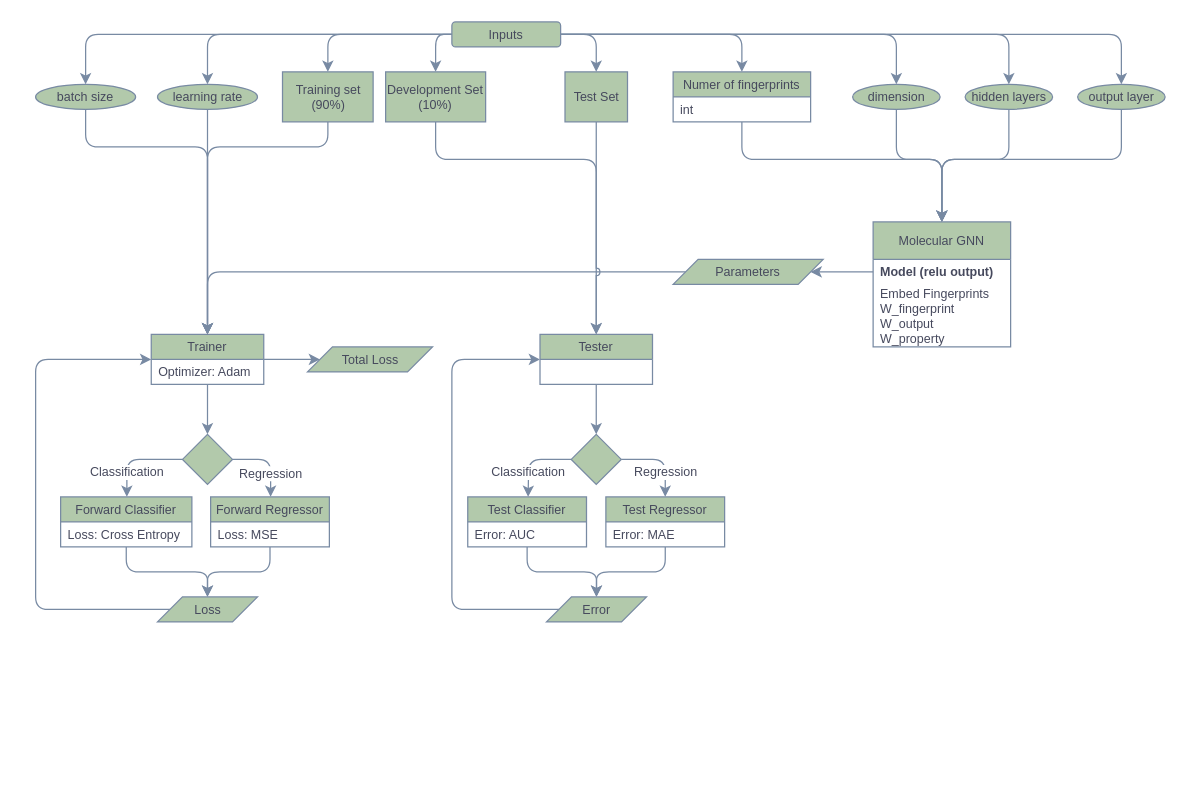
Earlier version of the draw.io diagram page "Molecular GNN" (2 of 2) of Preprocessing.drawio (olivierdeen/molecularGNN_smiles). Source tidied: cells renumbered, new cells numbered last; positions are measured from the earlier drawing's top-left corner, leaving out a move shared by most shapes. Both pictures are drawn from the tidied source at 125%, with x=0, y=0 at pixel (35, 21).
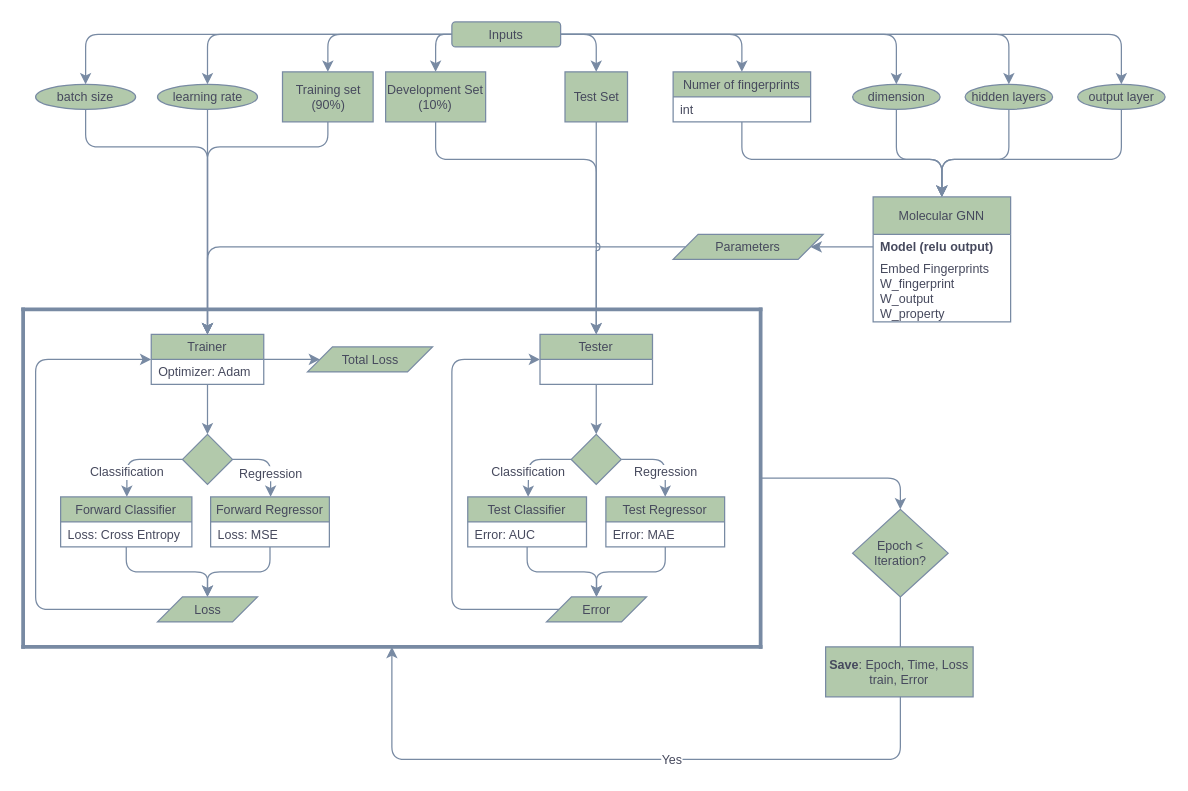
After the change.

The change refers to these unchanged cells:
```xml
<mxCell id="22" value="Trainer" style="swimlane;fontStyle=0;horizontal=1;startSize=20;rounded=0;sketch=0;fontSize=10;fontColor=#46495D;strokeColor=#788AA3;fillColor=#B2C9AB;" parent="1" vertex="1">
  <mxGeometry x="92.5" y="250" width="90" height="40" as="geometry" />
</mxCell>
<mxCell id="51" value="Test Set" style="whiteSpace=wrap;html=1;align=center;verticalAlign=middle;newEdgeStyle={&quot;edgeStyle&quot;:&quot;elbowEdgeStyle&quot;,&quot;startArrow&quot;:&quot;none&quot;,&quot;endArrow&quot;:&quot;none&quot;};rounded=0;sketch=0;fontSize=10;fontColor=#46495D;strokeColor=#788AA3;fillColor=#B2C9AB;" parent="1" vertex="1">
  <mxGeometry x="423.5" y="40" width="50" height="40" as="geometry" />
</mxCell>
<mxCell id="59" value="Tester" style="swimlane;fontStyle=0;horizontal=1;startSize=20;rounded=0;sketch=0;fontSize=10;fontColor=#46495D;strokeColor=#788AA3;fillColor=#B2C9AB;" parent="1" vertex="1">
  <mxGeometry x="403.5" y="250" width="90" height="40" as="geometry" />
</mxCell>
```

Change to the diagram source:
```diff
@@
     <mxCell id="30" style="edgeStyle=orthogonalEdgeStyle;curved=0;rounded=1;sketch=0;jettySize=auto;html=1;fontSize=10;fontColor=#46495D;strokeColor=#788AA3;fillColor=#B2C9AB;entryX=0.5;entryY=0;entryDx=0;entryDy=0;jumpStyle=arc;" parent="1" edge="1" source="31" target="22">
       <mxGeometry relative="1" as="geometry">
         <Array as="points">
-          <mxPoint x="138" y="200" />
+          <mxPoint x="138" y="180" />
         </Array>
       </mxGeometry>
     </mxCell>
     <mxCell id="31" value="Parameters" style="shape=parallelogram;perimeter=parallelogramPerimeter;whiteSpace=wrap;html=1;fixedSize=1;rounded=0;sketch=0;fontSize=10;fontColor=#46495D;strokeColor=#788AA3;fillColor=#B2C9AB;" parent="1" vertex="1">
-      <mxGeometry x="510" y="190" width="120" height="20" as="geometry" />
+      <mxGeometry x="510" y="170" width="120" height="20" as="geometry" />
     </mxCell>
@@
     <mxCell id="50" style="edgeStyle=orthogonalEdgeStyle;curved=0;rounded=1;sketch=0;jettySize=auto;html=1;entryX=0.5;entryY=0;entryDx=0;entryDy=0;fontSize=10;fontColor=#46495D;strokeColor=#788AA3;fillColor=#B2C9AB;jumpStyle=arc;" parent="1" edge="1" source="51" target="59">
-      <mxGeometry relative="1" as="geometry" />
+      <mxGeometry relative="1" as="geometry">
+        <Array as="points">
+          <mxPoint x="449" y="130" />
+          <mxPoint x="449" y="130" />
+        </Array>
+      </mxGeometry>
     </mxCell>
@@
     <mxCell id="62" value="Molecular GNN" style="swimlane;fontStyle=0;horizontal=1;startSize=30;rounded=0;sketch=0;fontSize=10;fontColor=#46495D;strokeColor=#788AA3;fillColor=#B2C9AB;" parent="1" vertex="1">
-      <mxGeometry x="670" y="160" width="110" height="100" as="geometry" />
+      <mxGeometry x="670" y="140" width="110" height="100" as="geometry" />
     </mxCell>
@@
+    <mxCell id="66" style="shape=partialRectangle;whiteSpace=wrap;html=1;bottom=0;top=0;fillColor=none;rounded=0;sketch=0;fontSize=10;fontColor=#46495D;strokeColor=#788AA3;strokeWidth=3;" parent="1" vertex="1">
+      <mxGeometry x="-10" y="230" width="590" height="270" as="geometry" />
+    </mxCell>
+    <mxCell id="67" style="edgeStyle=orthogonalEdgeStyle;curved=0;rounded=1;sketch=0;jumpStyle=arc;jettySize=auto;html=1;entryX=0.5;entryY=0;entryDx=0;entryDy=0;fontSize=10;fontColor=#46495D;strokeColor=#788AA3;fillColor=#B2C9AB;" parent="1" edge="1" source="68" target="70">
+      <mxGeometry relative="1" as="geometry" />
+    </mxCell>
+    <mxCell id="68" style="shape=partialRectangle;whiteSpace=wrap;html=1;left=0;right=0;fillColor=none;rounded=0;sketch=0;fontSize=10;fontColor=#46495D;strokeColor=#788AA3;strokeWidth=3;" parent="1" vertex="1">
+      <mxGeometry x="-10" y="230" width="590" height="270" as="geometry" />
+    </mxCell>
+    <mxCell id="69" value="Yes" style="edgeStyle=orthogonalEdgeStyle;curved=0;rounded=1;sketch=0;jumpStyle=arc;jettySize=auto;html=1;entryX=0.5;entryY=1;entryDx=0;entryDy=0;fontSize=10;fontColor=#46495D;strokeColor=#788AA3;fillColor=#B2C9AB;" parent="1" edge="1" source="70" target="68">
+      <mxGeometry relative="1" as="geometry">
+        <Array as="points">
+          <mxPoint x="692" y="590" />
+          <mxPoint x="285" y="590" />
+        </Array>
+      </mxGeometry>
+    </mxCell>
+    <mxCell id="70" value="Epoch &amp;lt; Iteration?" style="rhombus;whiteSpace=wrap;html=1;rounded=0;sketch=0;fontSize=10;fontColor=#46495D;strokeColor=#788AA3;strokeWidth=1;fillColor=#B2C9AB;" parent="1" vertex="1">
+      <mxGeometry x="653.6" y="390" width="76.4" height="70" as="geometry" />
+    </mxCell>
+    <mxCell id="71" value="&lt;b&gt;Save&lt;/b&gt;: Epoch, Time, Loss train, Error" style="rounded=0;whiteSpace=wrap;html=1;sketch=0;fontSize=10;fontColor=#46495D;strokeColor=#788AA3;strokeWidth=1;fillColor=#B2C9AB;" parent="1" vertex="1">
+      <mxGeometry x="632" y="500" width="118" height="40" as="geometry" />
+    </mxCell>
```
